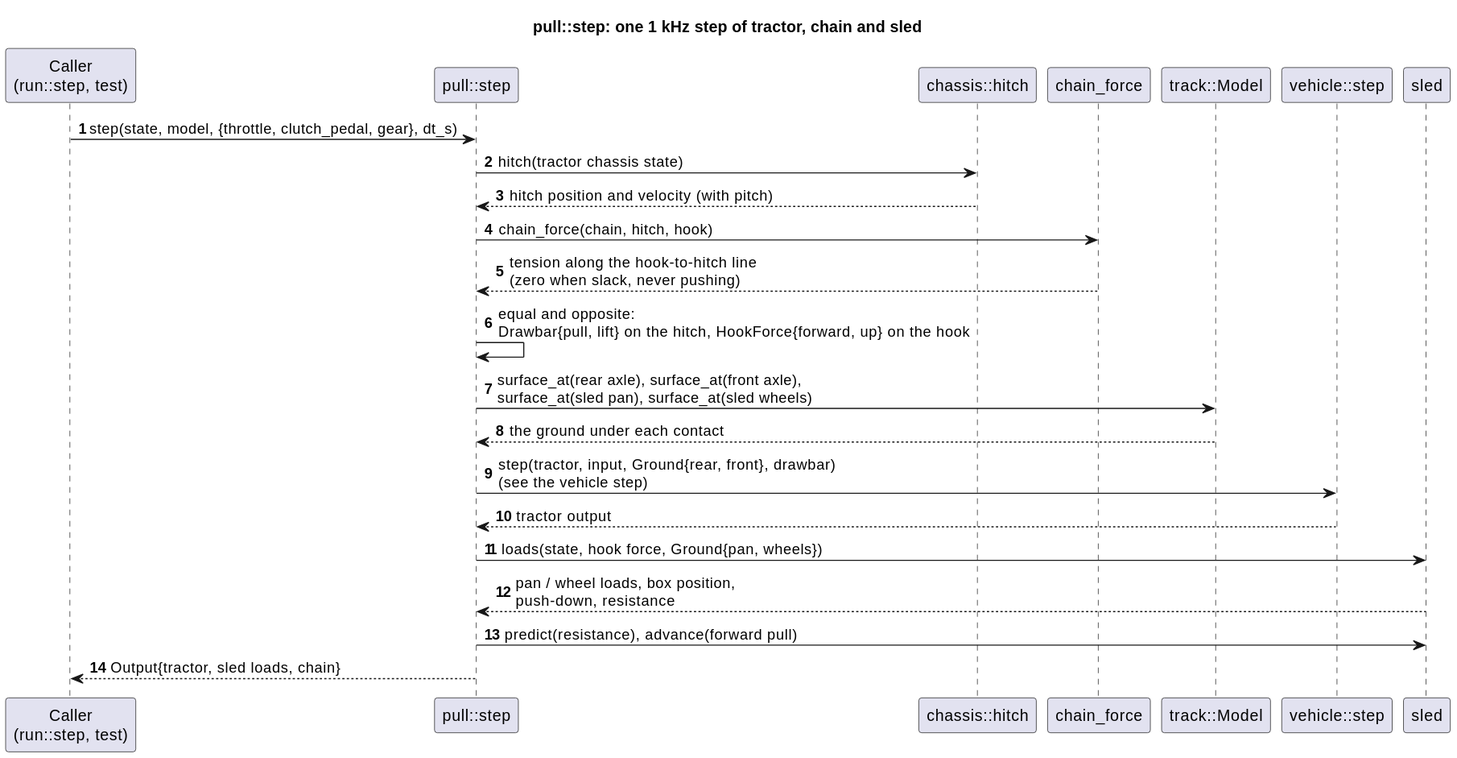
Earlier version of the PlantUML export docs/diagrams/svg/pull_step_sequence.svg (wversteeg/TractorPulling).
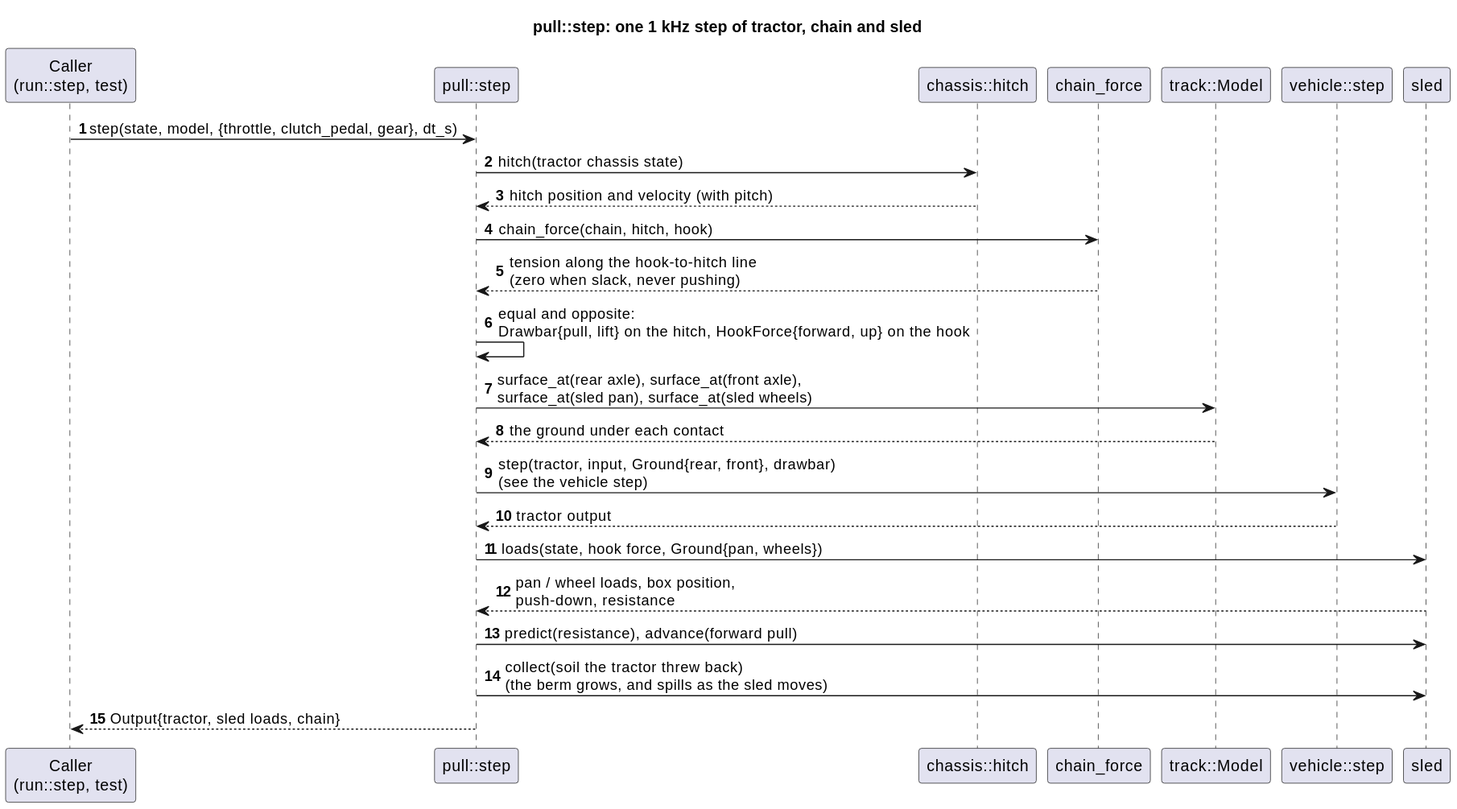
The same file after the commit.

Diff of the diagram source:
```diff
@@ -22,5 +22,6 @@
 Step -> Sled : loads(state, hook force, Ground{pan, wheels})
 Sled --> Step : pan / wheel loads, box position,\npush-down, resistance
 Step -> Sled : predict(resistance), advance(forward pull)
+Step -> Sled : collect(soil the tractor threw back)\n(the berm grows, and spills as the sled moves)
 Step --> Caller : Output{tractor, sled loads, chain}
 @enduml
```
